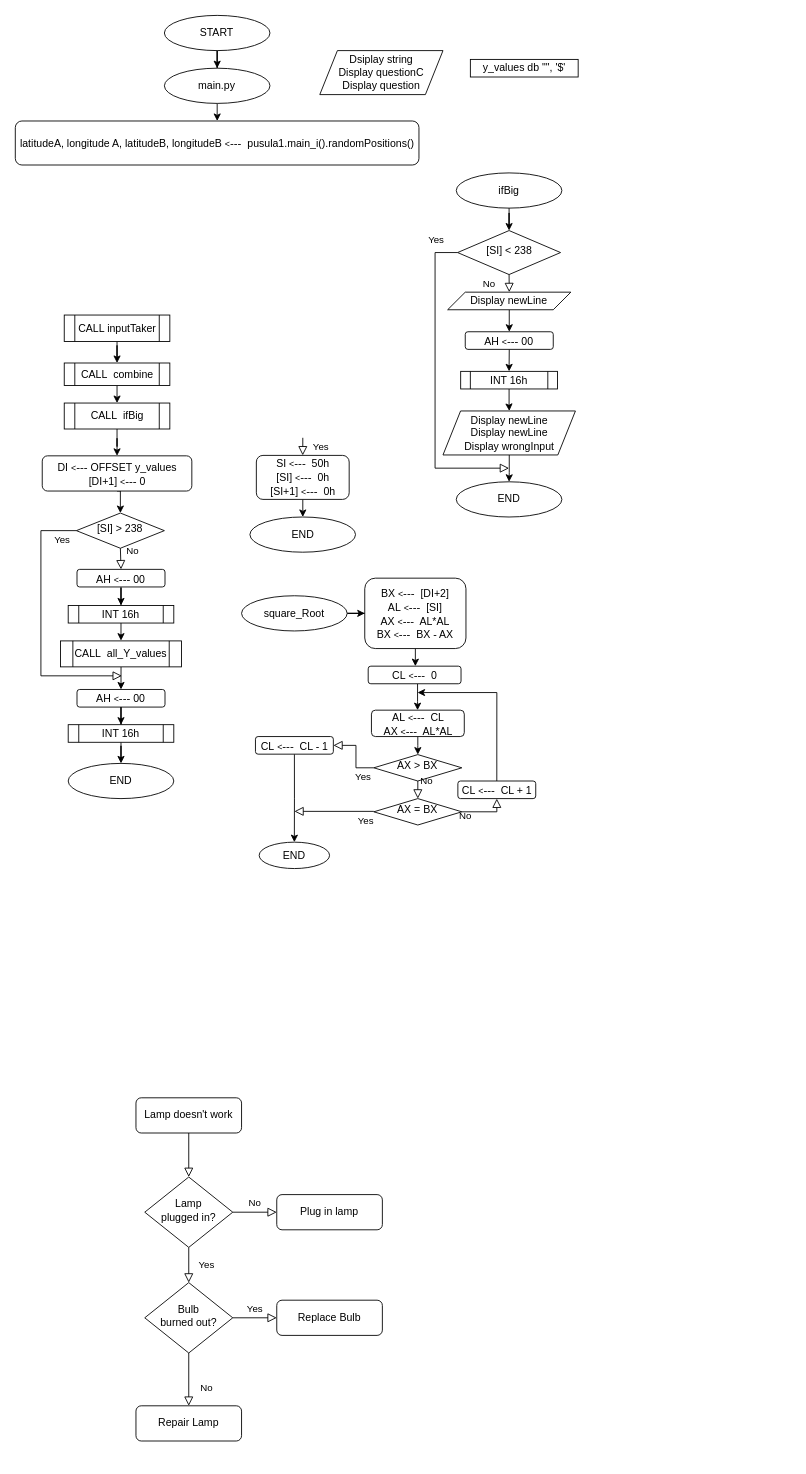
Before: compassSystem.drawio in mmuurraatt/AnadoluRobotik, a draw.io diagram. Source tidied: cells renumbered, new cells numbered last; positions are measured from the earlier drawing's top-left corner, leaving out a move shared by most shapes. Both pictures are drawn from the tidied source at 88%, with x=0, y=0 at pixel (15, 15).
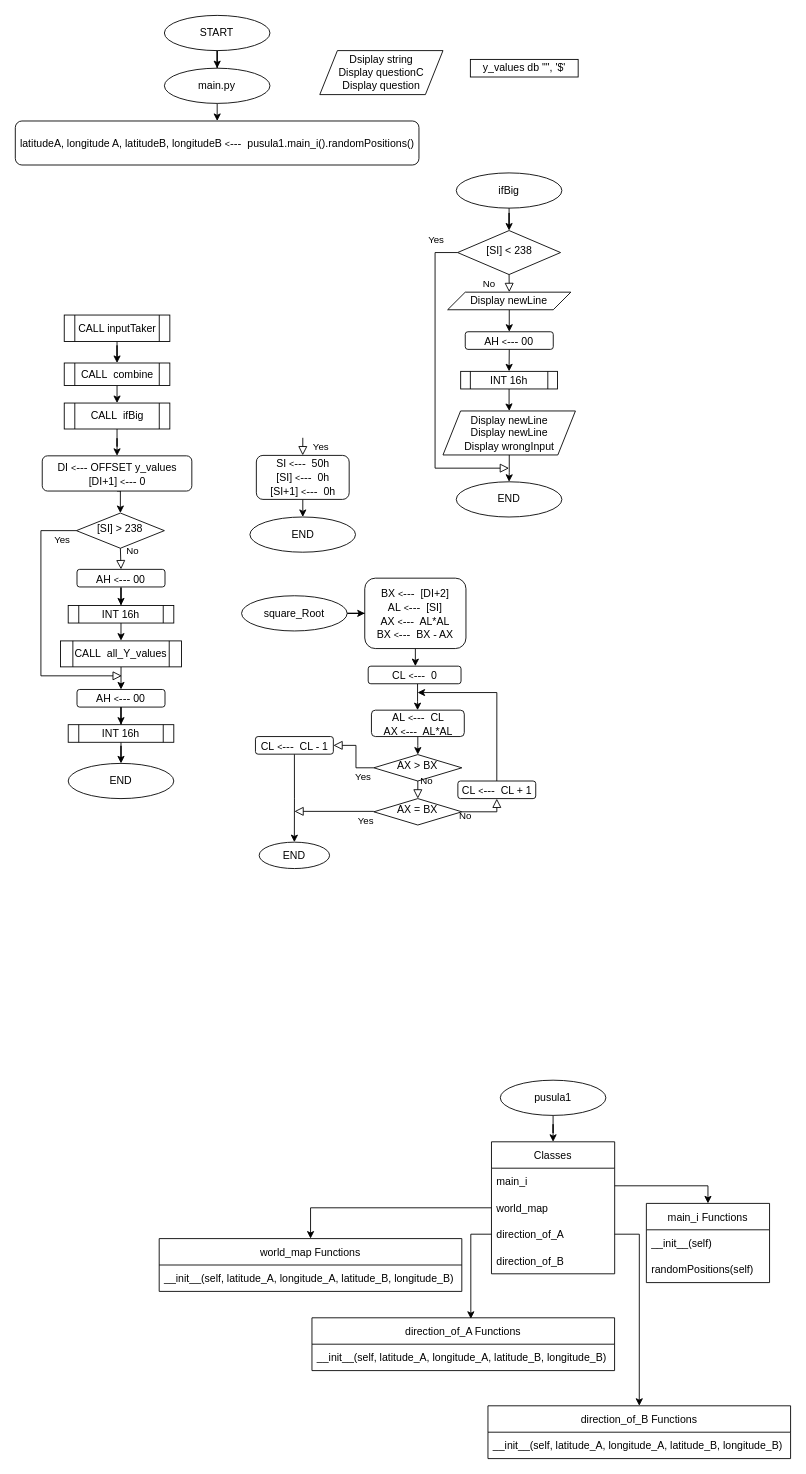
The same diagram, later.

The edit, as a diff of the source:
```diff
@@
-    <mxCell id="2" style="rounded=0;html=1;jettySize=auto;fontSize=11;endArrow=block;endFill=0;endSize=8;strokeWidth=1;shadow=0;labelBackgroundColor=none;edgeStyle=orthogonalEdgeStyle;" parent="1" edge="1" source="3" target="6">
-      <mxGeometry relative="1" as="geometry" />
-    </mxCell>
-    <mxCell id="3" value="Lamp doesn't work" style="rounded=1;whiteSpace=wrap;html=1;fontSize=12;glass=0;strokeWidth=1;shadow=0;" parent="1" vertex="1">
-      <mxGeometry x="137" y="1230" width="120" height="40" as="geometry" />
-    </mxCell>
-    <mxCell id="4" value="Yes" style="rounded=0;html=1;jettySize=auto;fontSize=11;endArrow=block;endFill=0;endSize=8;strokeWidth=1;shadow=0;labelBackgroundColor=none;edgeStyle=orthogonalEdgeStyle;" parent="1" edge="1" source="6" target="10">
-      <mxGeometry y="20" relative="1" as="geometry" />
-    </mxCell>
-    <mxCell id="5" value="No" style="edgeStyle=orthogonalEdgeStyle;rounded=0;html=1;jettySize=auto;fontSize=11;endArrow=block;endFill=0;endSize=8;strokeWidth=1;shadow=0;labelBackgroundColor=none;" parent="1" edge="1" source="6" target="7">
-      <mxGeometry y="10" relative="1" as="geometry" />
-    </mxCell>
-    <mxCell id="6" value="Lamp&lt;br&gt;plugged in?" style="rhombus;whiteSpace=wrap;html=1;shadow=0;fontFamily=Helvetica;fontSize=12;align=center;strokeWidth=1;spacing=6;spacingTop=-4;" parent="1" vertex="1">
-      <mxGeometry x="147" y="1320" width="100" height="80" as="geometry" />
-    </mxCell>
-    <mxCell id="7" value="Plug in lamp" style="rounded=1;whiteSpace=wrap;html=1;fontSize=12;glass=0;strokeWidth=1;shadow=0;" parent="1" vertex="1">
-      <mxGeometry x="297" y="1340" width="120" height="40" as="geometry" />
-    </mxCell>
-    <mxCell id="8" value="No" style="rounded=0;html=1;jettySize=auto;fontSize=11;endArrow=block;endFill=0;endSize=8;strokeWidth=1;shadow=0;labelBackgroundColor=none;edgeStyle=orthogonalEdgeStyle;" parent="1" edge="1" source="10" target="11">
-      <mxGeometry x="0.33" y="20" relative="1" as="geometry" />
-    </mxCell>
-    <mxCell id="9" value="Yes" style="edgeStyle=orthogonalEdgeStyle;rounded=0;html=1;jettySize=auto;fontSize=11;endArrow=block;endFill=0;endSize=8;strokeWidth=1;shadow=0;labelBackgroundColor=none;" parent="1" edge="1" source="10" target="12">
-      <mxGeometry y="10" relative="1" as="geometry" />
-    </mxCell>
-    <mxCell id="10" value="Bulb&lt;br&gt;burned out?" style="rhombus;whiteSpace=wrap;html=1;shadow=0;fontFamily=Helvetica;fontSize=12;align=center;strokeWidth=1;spacing=6;spacingTop=-4;" parent="1" vertex="1">
-      <mxGeometry x="147" y="1440" width="100" height="80" as="geometry" />
-    </mxCell>
-    <mxCell id="11" value="Repair Lamp" style="rounded=1;whiteSpace=wrap;html=1;fontSize=12;glass=0;strokeWidth=1;shadow=0;" parent="1" vertex="1">
-      <mxGeometry x="137" y="1580" width="120" height="40" as="geometry" />
-    </mxCell>
-    <mxCell id="12" value="Replace Bulb" style="rounded=1;whiteSpace=wrap;html=1;fontSize=12;glass=0;strokeWidth=1;shadow=0;" parent="1" vertex="1">
-      <mxGeometry x="297" y="1460" width="120" height="40" as="geometry" />
-    </mxCell>
@@
+    <mxCell id="79" style="edgeStyle=orthogonalEdgeStyle;rounded=0;jettySize=auto;html=1;entryX=0.5;entryY=0;entryDx=0;entryDy=0;" parent="1" edge="1" source="80" target="81">
+      <mxGeometry relative="1" as="geometry" />
+    </mxCell>
+    <mxCell id="80" value="pusula1" style="ellipse;whiteSpace=wrap;html=1;" parent="1" vertex="1">
+      <mxGeometry x="551" y="1210" width="120" height="40" as="geometry" />
+    </mxCell>
+    <mxCell id="81" value="Classes" style="swimlane;fontStyle=0;horizontal=1;startSize=30;labelBackgroundColor=#FFFFFF;fontFamily=Helvetica;fontColor=#000000;" parent="1" vertex="1">
+      <mxGeometry x="541" y="1280" width="140" height="150" as="geometry" />
+    </mxCell>
+    <mxCell id="82" value="main_i" style="text;strokeColor=none;fillColor=none;align=left;verticalAlign=middle;spacingLeft=4;spacingRight=4;overflow=hidden;labelBackgroundColor=#FFFFFF;fontFamily=Helvetica;fontColor=#000000;" parent="81" vertex="1">
+      <mxGeometry y="30" width="140" height="30" as="geometry" />
+    </mxCell>
+    <mxCell id="83" value="world_map" style="text;strokeColor=none;fillColor=none;align=left;verticalAlign=middle;spacingLeft=4;spacingRight=4;overflow=hidden;points=[[0,0.5],[1,0.5]];portConstraint=eastwest;labelBackgroundColor=#FFFFFF;fontFamily=Helvetica;fontColor=#000000;" parent="81" vertex="1">
+      <mxGeometry y="60" width="140" height="30" as="geometry" />
+    </mxCell>
+    <mxCell id="84" value="direction_of_A" style="text;strokeColor=none;fillColor=none;align=left;verticalAlign=middle;spacingLeft=4;spacingRight=4;overflow=hidden;points=[[0,0.5],[1,0.5]];portConstraint=eastwest;labelBackgroundColor=#FFFFFF;fontFamily=Helvetica;fontColor=#000000;" parent="81" vertex="1">
+      <mxGeometry y="90" width="140" height="30" as="geometry" />
+    </mxCell>
+    <mxCell id="85" value="direction_of_B" style="text;strokeColor=none;fillColor=none;align=left;verticalAlign=middle;spacingLeft=4;spacingRight=4;overflow=hidden;labelBackgroundColor=#FFFFFF;fontFamily=Helvetica;fontColor=#000000;" parent="81" vertex="1">
+      <mxGeometry y="120" width="140" height="30" as="geometry" />
+    </mxCell>
+    <mxCell id="86" value="main_i Functions" style="swimlane;fontStyle=0;horizontal=1;startSize=30;labelBackgroundColor=#FFFFFF;fontFamily=Helvetica;fontColor=#000000;" parent="1" vertex="1">
+      <mxGeometry x="717" y="1350" width="140" height="90" as="geometry" />
+    </mxCell>
+    <mxCell id="87" value="__init__(self)" style="text;strokeColor=none;fillColor=none;align=left;verticalAlign=middle;spacingLeft=4;spacingRight=4;overflow=hidden;labelBackgroundColor=#FFFFFF;fontFamily=Helvetica;fontColor=#000000;" parent="86" vertex="1">
+      <mxGeometry y="30" width="140" height="30" as="geometry" />
+    </mxCell>
+    <mxCell id="88" value="randomPositions(self)" style="text;strokeColor=none;fillColor=none;align=left;verticalAlign=middle;spacingLeft=4;spacingRight=4;overflow=hidden;labelBackgroundColor=#FFFFFF;fontFamily=Helvetica;fontColor=#000000;" parent="86" vertex="1">
+      <mxGeometry y="60" width="140" height="30" as="geometry" />
+    </mxCell>
+    <mxCell id="89" style="edgeStyle=orthogonalEdgeStyle;rounded=0;jettySize=auto;html=1;fontFamily=Helvetica;fontColor=#000000;entryX=0.5;entryY=0;entryDx=0;entryDy=0;" parent="1" edge="1" target="86">
+      <mxGeometry relative="1" as="geometry">
+        <mxPoint x="681" y="1330" as="sourcePoint" />
+        <Array as="points">
+          <mxPoint x="787" y="1330" />
+        </Array>
+      </mxGeometry>
+    </mxCell>
+    <mxCell id="90" value="world_map Functions" style="swimlane;fontStyle=0;horizontal=1;startSize=30;labelBackgroundColor=#FFFFFF;fontFamily=Helvetica;fontColor=#000000;" parent="1" vertex="1">
+      <mxGeometry x="163.4" y="1390" width="343.9" height="60" as="geometry" />
+    </mxCell>
+    <mxCell id="91" value="__init__(self, latitude_A, longitude_A, latitude_B, longitude_B)" style="text;strokeColor=none;fillColor=none;align=left;verticalAlign=middle;spacingLeft=4;spacingRight=4;overflow=hidden;labelBackgroundColor=#FFFFFF;fontFamily=Helvetica;fontColor=#000000;" parent="90" vertex="1">
+      <mxGeometry y="30" width="343.9" height="30" as="geometry" />
+    </mxCell>
+    <mxCell id="92" style="edgeStyle=orthogonalEdgeStyle;rounded=0;jettySize=auto;html=1;fontFamily=Helvetica;fontColor=#000000;" parent="1" edge="1" source="83" target="90">
+      <mxGeometry relative="1" as="geometry" />
+    </mxCell>
+    <mxCell id="93" value="direction_of_A Functions" style="swimlane;fontStyle=0;horizontal=1;startSize=30;labelBackgroundColor=#FFFFFF;fontFamily=Helvetica;fontColor=#000000;" parent="1" vertex="1">
+      <mxGeometry x="337" y="1480" width="343.9" height="60" as="geometry" />
+    </mxCell>
+    <mxCell id="94" value="__init__(self, latitude_A, longitude_A, latitude_B, longitude_B)" style="text;strokeColor=none;fillColor=none;align=left;verticalAlign=middle;spacingLeft=4;spacingRight=4;overflow=hidden;labelBackgroundColor=#FFFFFF;fontFamily=Helvetica;fontColor=#000000;" parent="93" vertex="1">
+      <mxGeometry y="30" width="343.9" height="30" as="geometry" />
+    </mxCell>
+    <mxCell id="95" style="edgeStyle=orthogonalEdgeStyle;rounded=0;jettySize=auto;html=1;exitX=0;exitY=0.5;exitDx=0;exitDy=0;fontFamily=Helvetica;fontColor=#000000;entryX=0.525;entryY=0.019;entryDx=0;entryDy=0;entryPerimeter=0;" parent="1" edge="1" source="84" target="93">
+      <mxGeometry relative="1" as="geometry" />
+    </mxCell>
+    <mxCell id="96" style="edgeStyle=orthogonalEdgeStyle;rounded=0;jettySize=auto;html=1;exitX=1;exitY=0.5;exitDx=0;exitDy=0;fontFamily=Helvetica;fontColor=#000000;entryX=0.5;entryY=0;entryDx=0;entryDy=0;" parent="1" edge="1" source="84" target="97">
+      <mxGeometry relative="1" as="geometry">
+        <Array as="points">
+          <mxPoint x="709" y="1385" />
+        </Array>
+      </mxGeometry>
+    </mxCell>
+    <mxCell id="97" value="direction_of_B Functions" style="swimlane;fontStyle=0;horizontal=1;startSize=30;labelBackgroundColor=#FFFFFF;fontFamily=Helvetica;fontColor=#000000;" parent="1" vertex="1">
+      <mxGeometry x="537" y="1580" width="343.9" height="60" as="geometry" />
+    </mxCell>
+    <mxCell id="98" value="__init__(self, latitude_A, longitude_A, latitude_B, longitude_B)" style="text;strokeColor=none;fillColor=none;align=left;verticalAlign=middle;spacingLeft=4;spacingRight=4;overflow=hidden;labelBackgroundColor=#FFFFFF;fontFamily=Helvetica;fontColor=#000000;" parent="97" vertex="1">
+      <mxGeometry y="30" width="343.9" height="30" as="geometry" />
+    </mxCell>
```
